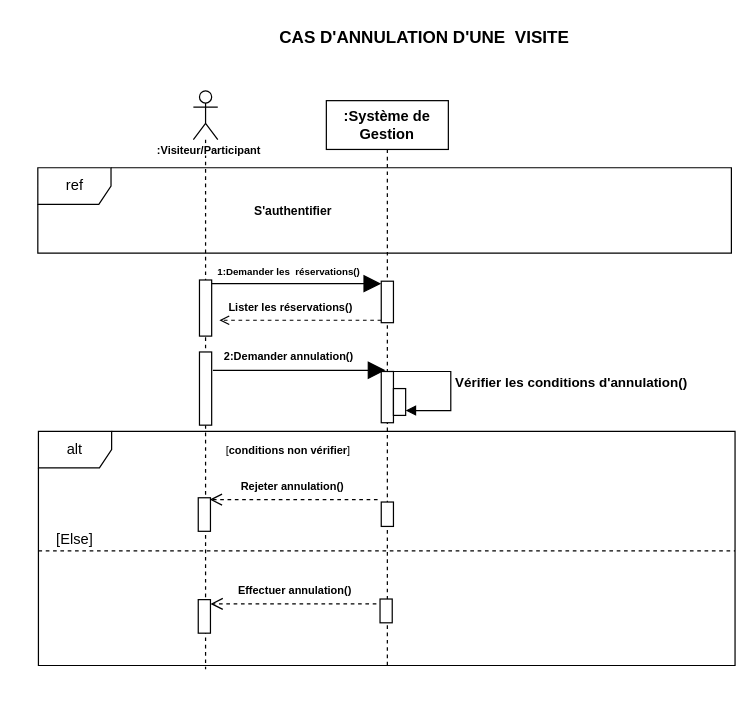
Above: Diagramme sequence 2.drawio in louis-fresnel99/TpGasaL1 (draw.io), before the change. Source tidied: cells renumbered, new cells numbered last; positions are measured from the earlier drawing's top-left corner, leaving out a move shared by most shapes. Both pictures are drawn from the tidied source at 122%, with x=0, y=0 at pixel (21, 21).
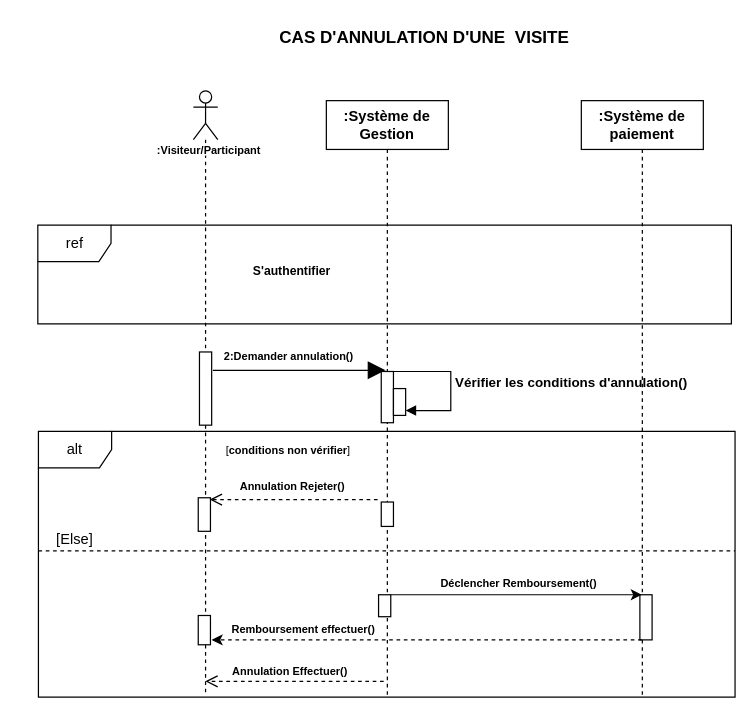
The same page after the edit.

Commit message:
Mettre à jour Diagramme sequence 2.drawio

Change to the diagram source:
```diff
@@
     <mxCell id="2" style="shape=umlLifeline;perimeter=lifelinePerimeter;whiteSpace=wrap;html=1;newEdgeStyle={&quot;curved&quot;:0,&quot;rounded&quot;:0};participant=umlActor;" parent="1" vertex="1">
-      <mxGeometry x="141" y="57" width="20" height="474" as="geometry" />
+      <mxGeometry x="141" y="57" width="20" height="496" as="geometry" />
     </mxCell>
@@
     <mxCell id="4" value="&lt;b&gt;:Système de Gestion&lt;/b&gt;" style="shape=umlLifeline;perimeter=lifelinePerimeter;whiteSpace=wrap;html=1;newEdgeStyle={&quot;edgeStyle&quot;:&quot;elbowEdgeStyle&quot;,&quot;elbow&quot;:&quot;vertical&quot;,&quot;curved&quot;:0,&quot;rounded&quot;:0};fillColor=light-dark(#FFFFFF, #ffffff);strokeColor=light-dark(#000000,#000000);labelBackgroundColor=none;fontColor=light-dark(#000000,#000000);" parent="1" vertex="1">
-      <mxGeometry x="250" y="65" width="100" height="466" as="geometry" />
+      <mxGeometry x="250" y="65" width="100" height="488" as="geometry" />
     </mxCell>
-    <mxCell id="5" style="html=1;perimeter=orthogonalPerimeter;targetShapes=umlLifeline;newEdgeStyle={&quot;curved&quot;:0,&quot;rounded&quot;:0};fillColor=light-dark(#FFFFFF,#FFFFFF);strokeColor=light-dark(#000000,#000000);" parent="1" vertex="1">
-      <mxGeometry x="146" y="212" width="10" height="46" as="geometry" />
-    </mxCell>
@@
-    <mxCell id="7" style="endArrow=block;endFill=1;endSize=12;html=1;rounded=0;strokeColor=light-dark(#000000,#000000);" parent="1" edge="1" target="25">
-      <mxGeometry relative="1" as="geometry">
-        <mxPoint x="156" y="215" as="sourcePoint" />
-      </mxGeometry>
-    </mxCell>
-    <mxCell id="8" value="&lt;font style=&quot;color: light-dark(rgb(0, 0, 0), rgb(0, 0, 0)); font-size: 8px;&quot;&gt;&lt;b&gt;1:Demander les&amp;nbsp; réservations()&lt;/b&gt;&lt;/font&gt;" style="text;html=1;align=center;verticalAlign=middle;whiteSpace=wrap;rounded=0;" parent="1" vertex="1">
-      <mxGeometry x="153.9" y="195" width="131.1" height="17" as="geometry" />
-    </mxCell>
-    <mxCell id="9" style="endArrow=open;html=1;rounded=0;strokeColor=light-dark(#000000,#000000);dashed=1;strokeWidth=1;endFill=0;entryX=0;entryY=1;entryDx=0;entryDy=0;" parent="1" edge="1" target="10">
-      <mxGeometry relative="1" as="geometry">
-        <mxPoint x="295" y="245" as="sourcePoint" />
-      </mxGeometry>
-    </mxCell>
-    <mxCell id="10" value="&lt;font style=&quot;color: light-dark(rgb(0, 0, 0), rgb(0, 0, 0)); font-size: 9px;&quot;&gt;&lt;b style=&quot;&quot;&gt;Lister les réservations()&lt;/b&gt;&lt;/font&gt;" style="text;html=1;align=center;verticalAlign=middle;whiteSpace=wrap;rounded=0;" parent="1" vertex="1">
-      <mxGeometry x="162.3" y="223" width="118" height="22" as="geometry" />
-    </mxCell>
@@
     <mxCell id="13" value="alt" style="shape=umlFrame;whiteSpace=wrap;html=1;" parent="1" vertex="1">
-      <mxGeometry x="14" y="336" width="571" height="192" as="geometry" />
+      <mxGeometry x="14" y="336" width="571" height="218" as="geometry" />
     </mxCell>
@@
-    <mxCell id="16" value="&lt;font style=&quot;color: light-dark(rgb(0, 0, 0), rgb(0, 0, 0)); font-size: 9px;&quot;&gt;&lt;b style=&quot;&quot;&gt;Rejeter annulation()&lt;/b&gt;&lt;/font&gt;" style="text;html=1;align=center;verticalAlign=middle;whiteSpace=wrap;rounded=0;" parent="1" vertex="1">
+    <mxCell id="16" value="&lt;font style=&quot;color: light-dark(rgb(0, 0, 0), rgb(0, 0, 0)); font-size: 9px;&quot;&gt;&lt;b style=&quot;&quot;&gt;Annulation Rejeter()&lt;/b&gt;&lt;/font&gt;" style="text;html=1;align=center;verticalAlign=middle;whiteSpace=wrap;rounded=0;" parent="1" vertex="1">
       <mxGeometry x="165.6" y="372" width="112.7" height="17" as="geometry" />
     </mxCell>
@@
     <mxCell id="19" style="html=1;perimeter=orthogonalPerimeter;targetShapes=umlLifeline;newEdgeStyle={&quot;curved&quot;:0,&quot;rounded&quot;:0};fillColor=light-dark(#FFFFFF,#FFFFFF);strokeColor=light-dark(#000000,#000000);" parent="1" vertex="1">
-      <mxGeometry x="294" y="473.5" width="10" height="19.5" as="geometry" />
+      <mxGeometry x="292.8" y="470" width="10" height="18" as="geometry" />
     </mxCell>
@@
-    <mxCell id="21" value="&lt;font style=&quot;color: light-dark(rgb(0, 0, 0), rgb(0, 0, 0)); font-size: 9px;&quot;&gt;&lt;b style=&quot;&quot;&gt;Effectuer annulation()&lt;/b&gt;&lt;/font&gt;" style="text;html=1;align=center;verticalAlign=middle;whiteSpace=wrap;rounded=0;" parent="1" vertex="1">
-      <mxGeometry x="168.3" y="457" width="112.7" height="17" as="geometry" />
+    <mxCell id="21" value="&lt;font style=&quot;color: light-dark(rgb(0, 0, 0), rgb(0, 0, 0)); font-size: 9px;&quot;&gt;&lt;b style=&quot;&quot;&gt;Annulation Effectuer()&lt;/b&gt;&lt;/font&gt;" style="text;html=1;align=center;verticalAlign=middle;whiteSpace=wrap;rounded=0;" parent="1" vertex="1">
+      <mxGeometry x="164.1" y="523" width="112.7" height="17" as="geometry" />
     </mxCell>
     <mxCell id="22" style="html=1;verticalAlign=bottom;endArrow=open;dashed=1;endSize=8;curved=0;rounded=0;strokeColor=light-dark(#000000,#000000);" parent="1" edge="1">
       <mxGeometry relative="1" as="geometry">
-        <mxPoint x="291" y="477.5" as="sourcePoint" />
-        <mxPoint x="155" y="477.5" as="targetPoint" />
+        <mxPoint x="297" y="541" as="sourcePoint" />
+        <mxPoint x="150.8" y="541" as="targetPoint" />
       </mxGeometry>
     </mxCell>
     <mxCell id="23" style="html=1;points=[[0,0,0,0,5],[0,1,0,0,-5],[1,0,0,0,5],[1,1,0,0,-5]];perimeter=orthogonalPerimeter;outlineConnect=0;targetShapes=umlLifeline;portConstraint=eastwest;newEdgeStyle={&quot;curved&quot;:0,&quot;rounded&quot;:0};fillColor=light-dark(#FFFFFF,#FFFFFF);strokeColor=light-dark(#000000,#000000);" parent="1" vertex="1">
-      <mxGeometry x="145" y="474" width="10" height="27.5" as="geometry" />
+      <mxGeometry x="145" y="487" width="10" height="24" as="geometry" />
     </mxCell>
@@
-    <mxCell id="25" style="html=1;points=[[0,0,0,0,5],[0,1,0,0,-5],[1,0,0,0,5],[1,1,0,0,-5]];perimeter=orthogonalPerimeter;outlineConnect=0;targetShapes=umlLifeline;portConstraint=eastwest;newEdgeStyle={&quot;curved&quot;:0,&quot;rounded&quot;:0};fillColor=light-dark(#FFFFFF,#FFFFFF);strokeColor=light-dark(#000000,#000000);" parent="1" vertex="1">
-      <mxGeometry x="295" y="213" width="10" height="34" as="geometry" />
-    </mxCell>
@@
     <mxCell id="30" value="ref" style="shape=umlFrame;whiteSpace=wrap;html=1;" parent="1" vertex="1">
-      <mxGeometry x="13.5" y="120" width="568.5" height="70" as="geometry" />
+      <mxGeometry x="13.5" y="167" width="568.5" height="81" as="geometry" />
     </mxCell>
     <mxCell id="31" value="&lt;font size=&quot;1&quot;&gt;&lt;b&gt;S'authentifier&lt;/b&gt;&lt;/font&gt;" style="text;html=1;align=center;verticalAlign=middle;whiteSpace=wrap;rounded=0;" parent="1" vertex="1">
-      <mxGeometry x="161.3" y="140" width="123.7" height="30" as="geometry" />
+      <mxGeometry x="160.1" y="189" width="123.7" height="30" as="geometry" />
     </mxCell>
@@
+    <mxCell id="33" value="&lt;b&gt;:Système de paiement&lt;/b&gt;" style="shape=umlLifeline;perimeter=lifelinePerimeter;whiteSpace=wrap;html=1;newEdgeStyle={&quot;curved&quot;:0,&quot;rounded&quot;:0};fillColor=light-dark(#FFFFFF,#FFFFFF);fontColor=light-dark(#000000,#000000);strokeColor=light-dark(#000000,#000000);" parent="1" vertex="1">
+      <mxGeometry x="459" y="65" width="100" height="488" as="geometry" />
+    </mxCell>
+    <mxCell id="34" style="html=1;perimeter=orthogonalPerimeter;targetShapes=umlLifeline;newEdgeStyle={&quot;curved&quot;:0,&quot;rounded&quot;:0};fillColor=light-dark(#FFFFFF,#FFFFFF);strokeColor=light-dark(#000000,#000000);" parent="33" vertex="1">
+      <mxGeometry x="48" y="405" width="10" height="37" as="geometry" />
+    </mxCell>
+    <mxCell id="35" style="endArrow=classic;html=1;rounded=0;exitX=1;exitY=0;exitDx=0;exitDy=5;exitPerimeter=0;" parent="1" edge="1">
+      <mxGeometry relative="1" as="geometry">
+        <mxPoint x="302.8" y="470" as="sourcePoint" />
+        <mxPoint x="508.5" y="470" as="targetPoint" />
+      </mxGeometry>
+    </mxCell>
+    <mxCell id="36" style="endArrow=classic;html=1;rounded=0;dashed=1;" parent="1" edge="1">
+      <mxGeometry relative="1" as="geometry">
+        <mxPoint x="508.5" y="507" as="sourcePoint" />
+        <mxPoint x="156" y="507" as="targetPoint" />
+      </mxGeometry>
+    </mxCell>
+    <mxCell id="37" value="&lt;font style=&quot;color: light-dark(rgb(0, 0, 0), rgb(0, 0, 0)); font-size: 9px;&quot;&gt;&lt;b style=&quot;&quot;&gt;Remboursement effectuer()&lt;/b&gt;&lt;/font&gt;" style="text;html=1;align=center;verticalAlign=middle;whiteSpace=wrap;rounded=0;" parent="1" vertex="1">
+      <mxGeometry x="168" y="489.5" width="127" height="17" as="geometry" />
+    </mxCell>
+    <mxCell id="38" value="&lt;font style=&quot;color: light-dark(rgb(0, 0, 0), rgb(0, 0, 0)); font-size: 9px;&quot;&gt;&lt;b style=&quot;&quot;&gt;Déclencher Remboursement()&lt;/b&gt;&lt;/font&gt;" style="text;html=1;align=center;verticalAlign=middle;whiteSpace=wrap;rounded=0;" parent="1" vertex="1">
+      <mxGeometry x="339" y="451" width="138" height="17" as="geometry" />
+    </mxCell>
```
